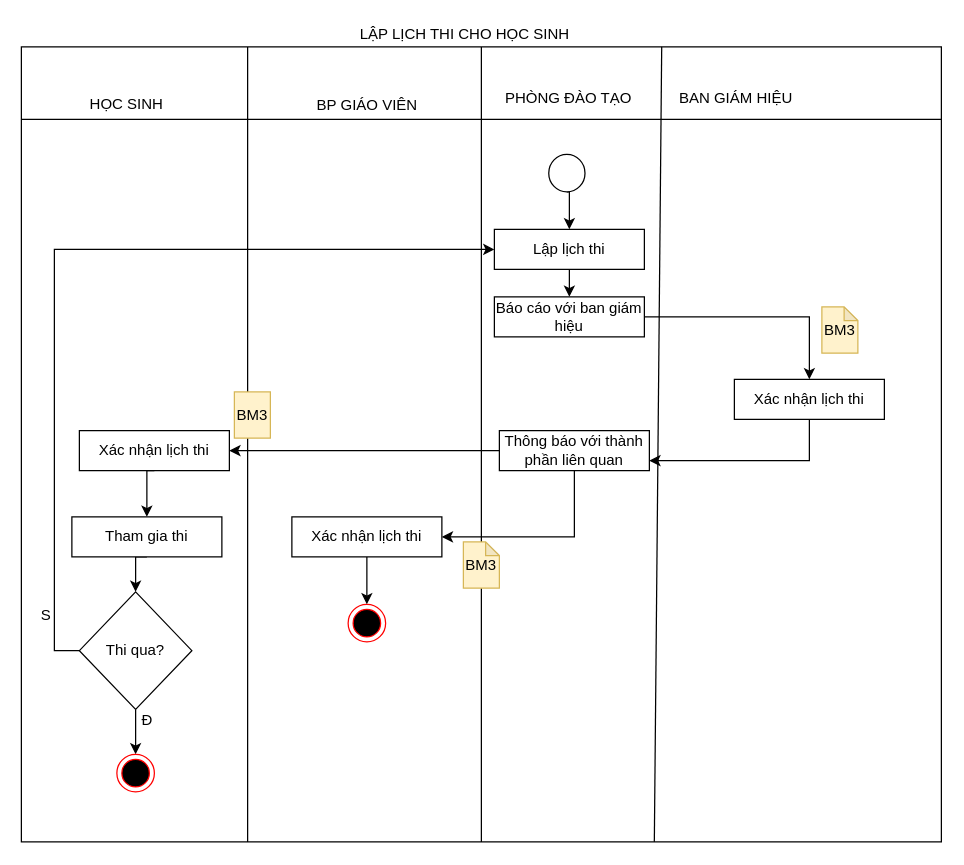
Before: 1.2.2.d.drawio in TLGKien/graph, a draw.io diagram. Source tidied: cells renumbered, new cells numbered last; positions are measured from the earlier drawing's top-left corner, leaving out a move shared by most shapes. Both pictures are drawn from the tidied source at 125%, with x=0, y=0 at pixel (21, 21).
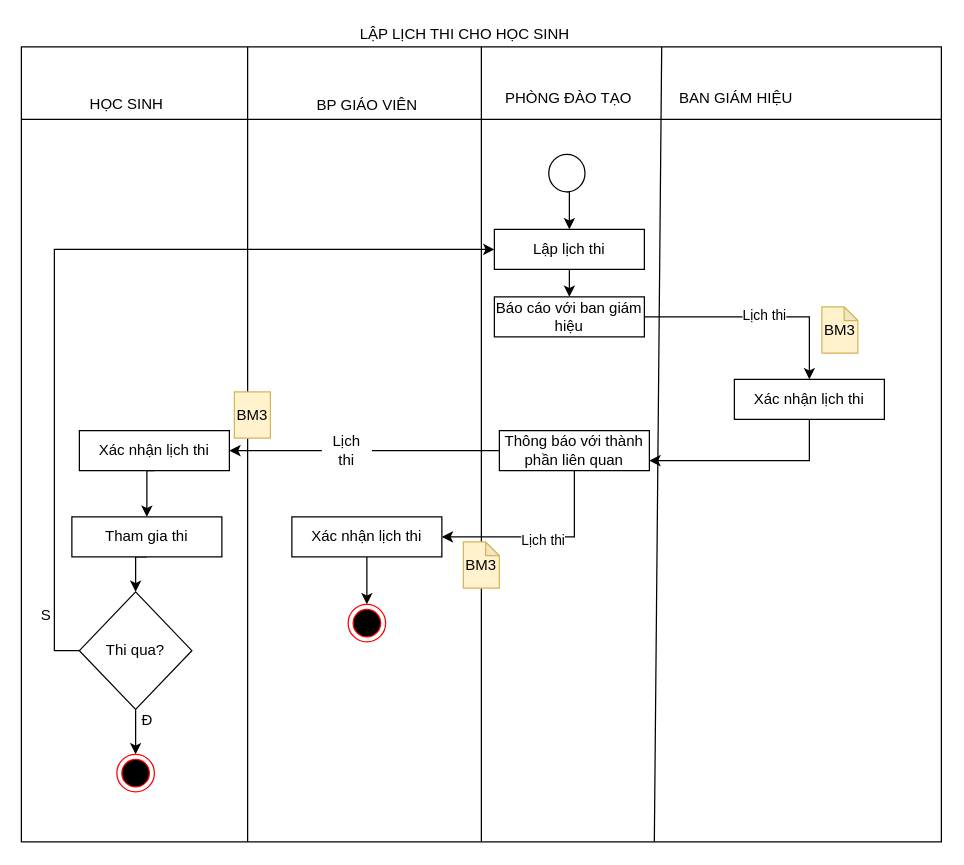
Above is the later version.

Unchanged cells that the change refers to:
```xml
<mxCell id="18" style="edgeStyle=orthogonalEdgeStyle;rounded=0;jettySize=auto;html=1;exitX=1;exitY=0.5;exitDx=0;exitDy=0;" parent="1" edge="1" source="19" target="21">
  <mxGeometry relative="1" as="geometry" />
</mxCell>
<mxCell id="23" style="edgeStyle=orthogonalEdgeStyle;rounded=0;jettySize=auto;html=1;exitX=0.5;exitY=1;exitDx=0;exitDy=0;entryX=1;entryY=0.5;entryDx=0;entryDy=0;" parent="1" edge="1" source="25" target="27">
  <mxGeometry relative="1" as="geometry" />
</mxCell>
<mxCell id="25" value="Thông báo với thành phần liên quan" style="rounded=0;whiteSpace=wrap;html=1;" parent="1" vertex="1">
  <mxGeometry x="382" y="327" width="120" height="32" as="geometry" />
</mxCell>
<mxCell id="30" value="Xác nhận lịch thi" style="rounded=0;whiteSpace=wrap;html=1;" parent="1" vertex="1">
  <mxGeometry x="46" y="327" width="120" height="32" as="geometry" />
</mxCell>
```

What changed in the source:
```diff
@@
+    <mxCell id="40" value="Lịch thi" style="edgeLabel;html=1;align=center;verticalAlign=middle;" parent="18" vertex="1">
+      <mxGeometry x="0.04" y="2" relative="1" as="geometry" />
+    </mxCell>
@@
+    <mxCell id="41" value="Lịch thi" style="edgeLabel;html=1;align=center;verticalAlign=middle;" parent="23" vertex="1">
+      <mxGeometry x="-0.01" y="2" relative="1" as="geometry" />
+    </mxCell>
-    <mxCell id="24" style="edgeStyle=orthogonalEdgeStyle;rounded=0;jettySize=auto;html=1;exitX=0;exitY=0.5;exitDx=0;exitDy=0;" parent="1" edge="1" source="25" target="30">
+    <mxCell id="24" style="edgeStyle=orthogonalEdgeStyle;rounded=0;jettySize=auto;html=1;exitX=0;exitY=0.5;exitDx=0;exitDy=0;startArrow=none;" parent="1" edge="1" source="42" target="30">
       <mxGeometry relative="1" as="geometry" />
     </mxCell>
@@
+    <mxCell id="42" value="Lịch thi" style="text;html=1;strokeColor=none;fillColor=none;align=center;verticalAlign=middle;whiteSpace=wrap;rounded=0;" parent="1" vertex="1">
+      <mxGeometry x="240" y="333" width="40" height="20" as="geometry" />
+    </mxCell>
+    <mxCell id="43" style="edgeStyle=orthogonalEdgeStyle;rounded=0;jettySize=auto;html=1;exitX=0;exitY=0.5;exitDx=0;exitDy=0;endArrow=none;" parent="1" edge="1" source="25" target="42">
+      <mxGeometry relative="1" as="geometry" />
+    </mxCell>
```
